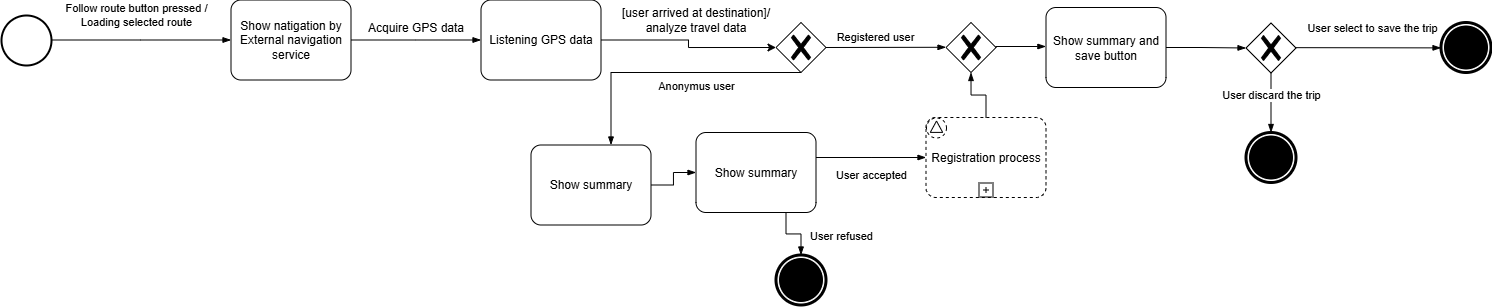
The draw.io diagram RASD/LaTeXCode/images/StateDiagrams/Navigation.drawio.png in jacopobellosi/Bellosi-Montanelli-Tempobono, before a commit. Source tidied: cells renumbered, new cells last; positions are measured from the earlier drawing's top-left corner, leaving out a move shared by most shapes.
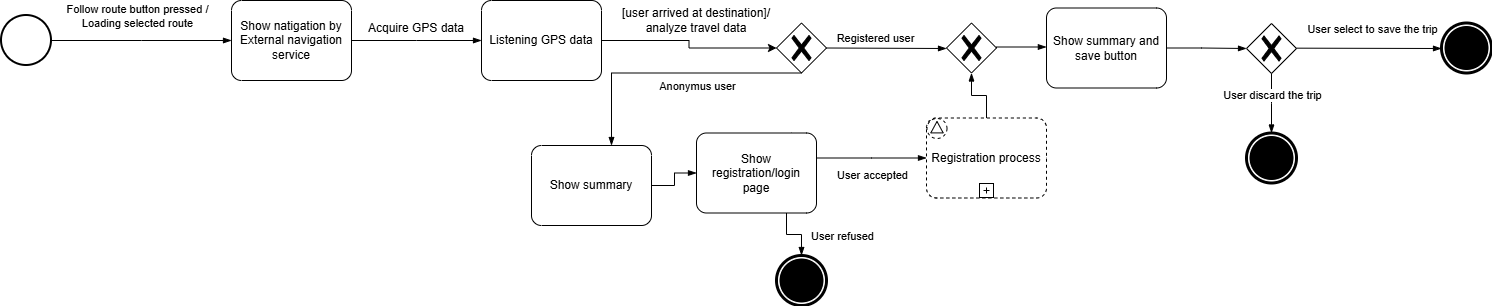
The same file after the commit.

Diff of the diagram source:
```diff
@@ -134,7 +134,7 @@
     <mxCell id="35" style="edgeStyle=elbowEdgeStyle;fontSize=12;html=1;endArrow=blockThin;endFill=1;rounded=0;exitX=1;exitY=0.5;exitDx=0;exitDy=0;exitPerimeter=0;entryX=0;entryY=0.5;entryDx=0;entryDy=0;entryPerimeter=0;" parent="1" edge="1" source="19" target="36">
       <mxGeometry relative="1" as="geometry" />
     </mxCell>
-    <mxCell id="36" value="Show summary" style="points=[[0.25,0,0],[0.5,0,0],[0.75,0,0],[1,0.25,0],[1,0.5,0],[1,0.75,0],[0.75,1,0],[0.5,1,0],[0.25,1,0],[0,0.75,0],[0,0.5,0],[0,0.25,0]];shape=mxgraph.bpmn.task2;whiteSpace=wrap;rectStyle=rounded;size=10;html=1;taskMarker=abstract;" parent="1" vertex="1">
+    <mxCell id="36" value="Show registration/login page" style="points=[[0.25,0,0],[0.5,0,0],[0.75,0,0],[1,0.25,0],[1,0.5,0],[1,0.75,0],[0.75,1,0],[0.5,1,0],[0.25,1,0],[0,0.75,0],[0,0.5,0],[0,0.25,0]];shape=mxgraph.bpmn.task2;whiteSpace=wrap;rectStyle=rounded;size=10;html=1;taskMarker=abstract;" parent="1" vertex="1">
       <mxGeometry x="695" y="132.5" width="120" height="80" as="geometry" />
     </mxCell>
     <mxCell id="37" style="edgeStyle=elbowEdgeStyle;fontSize=12;html=1;endArrow=blockThin;endFill=1;rounded=0;exitX=0.75;exitY=1;exitDx=0;exitDy=0;exitPerimeter=0;entryX=0.5;entryY=0;entryDx=0;entryDy=0;entryPerimeter=0;elbow=vertical;" parent="1" edge="1" source="36" target="39">
```
